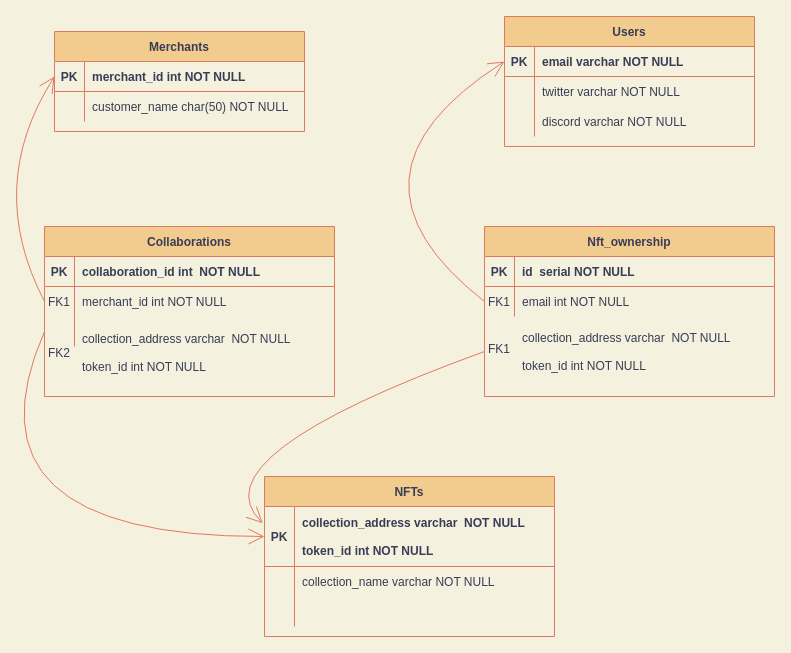
Earlier version of the draw.io diagram Untitled Diagram.drawio (NiftyRewards/nifty-rewards-backend). Source tidied: cells renumbered, new cells numbered last; positions are measured from the earlier drawing's top-left corner, leaving out a move shared by most shapes. Both pictures are drawn from the tidied source at 100%, with x=0, y=0 at pixel (-46, 16).
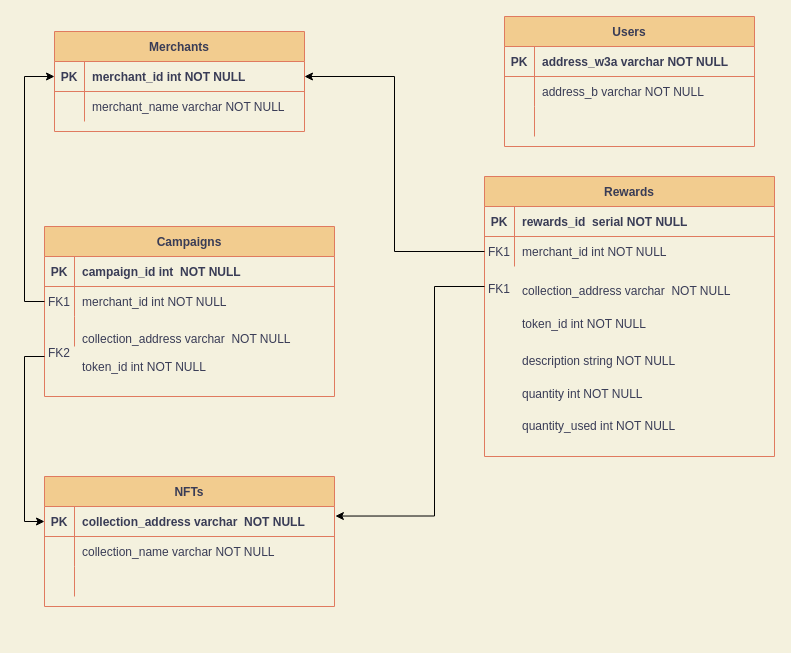
After the change.

Unchanged cells that the change refers to:
```xml
<mxCell id="3" style="shape=partialRectangle;fillColor=none;points=[[0,0.5],[1,0.5]];portConstraint=eastwest;top=0;left=0;right=0;bottom=1;rounded=0;strokeColor=#E07A5F;fontColor=#393C56;" parent="2" vertex="1">
  <mxGeometry y="30" width="250" height="30" as="geometry" />
</mxCell>
<mxCell id="6" style="shape=partialRectangle;fillColor=none;top=0;left=0;right=0;bottom=0;rounded=0;strokeColor=#E07A5F;fontColor=#393C56;" parent="2" vertex="1">
  <mxGeometry y="60" width="250" height="30" as="geometry" />
</mxCell>
<mxCell id="9" style="shape=partialRectangle;fillColor=none;top=0;left=0;right=0;bottom=0;rounded=0;strokeColor=#E07A5F;fontColor=#393C56;" parent="2" vertex="1">
  <mxGeometry y="90" width="250" height="30" as="geometry" />
</mxCell>
<mxCell id="13" style="shape=partialRectangle;fillColor=none;points=[[0,0.5],[1,0.5]];portConstraint=eastwest;top=0;left=0;right=0;bottom=1;rounded=0;strokeColor=#E07A5F;fontColor=#393C56;" parent="12" vertex="1">
  <mxGeometry y="30" width="250" height="30" as="geometry" />
</mxCell>
<mxCell id="16" style="shape=partialRectangle;fillColor=none;top=0;left=0;right=0;bottom=0;rounded=0;strokeColor=#E07A5F;fontColor=#393C56;" parent="12" vertex="1">
  <mxGeometry y="60" width="250" height="30" as="geometry" />
</mxCell>
<mxCell id="32" style="group;" parent="31" vertex="1">
  <mxGeometry width="290" height="170" as="geometry" />
</mxCell>
<mxCell id="34" style="shape=partialRectangle;fillColor=none;top=0;left=0;right=0;bottom=1;rounded=0;strokeColor=#E07A5F;fontColor=#393C56;" parent="33" vertex="1">
  <mxGeometry y="30" width="290" height="30" as="geometry" />
</mxCell>
<mxCell id="37" style="shape=partialRectangle;fillColor=none;points=[[0,0.5],[1,0.5]];portConstraint=eastwest;top=0;left=0;right=0;bottom=0;rounded=0;strokeColor=#E07A5F;fontColor=#393C56;" parent="33" vertex="1">
  <mxGeometry y="60" width="290" height="30" as="geometry" />
</mxCell>
<mxCell id="40" style="shape=partialRectangle;fillColor=none;points=[[0,0.5],[1,0.5]];portConstraint=eastwest;top=0;left=0;right=0;bottom=0;rounded=0;strokeColor=#E07A5F;fontColor=#393C56;" parent="33" vertex="1">
  <mxGeometry y="90" width="290" height="30" as="geometry" />
</mxCell>
<mxCell id="48" style="shape=partialRectangle;fillColor=none;top=0;left=0;right=0;bottom=1;rounded=0;strokeColor=#E07A5F;fontColor=#393C56;" parent="47" vertex="1">
  <mxGeometry y="30" width="290" height="30" as="geometry" />
</mxCell>
<mxCell id="51" style="shape=partialRectangle;fillColor=none;points=[[0,0.5],[1,0.5]];portConstraint=eastwest;top=0;left=0;right=0;bottom=0;rounded=0;strokeColor=#E07A5F;fontColor=#393C56;" parent="47" vertex="1">
  <mxGeometry y="60" width="290" height="30" as="geometry" />
</mxCell>
```

The edit, as a diff of the source:
```diff
@@
-    <mxCell id="5" value="email varchar NOT NULL " style="shape=partialRectangle;overflow=hidden;fillColor=none;top=0;left=0;bottom=0;right=0;align=left;spacingLeft=6;fontStyle=1;rounded=0;strokeColor=#E07A5F;fontColor=#393C56;" parent="3" vertex="1">
+    <mxCell id="5" value="address_w3a varchar NOT NULL " style="shape=partialRectangle;overflow=hidden;fillColor=none;top=0;left=0;bottom=0;right=0;align=left;spacingLeft=6;fontStyle=1;rounded=0;strokeColor=#E07A5F;fontColor=#393C56;" parent="3" vertex="1">
       <mxGeometry x="30" width="220" height="30" as="geometry" />
     </mxCell>
@@
-    <mxCell id="8" value="twitter varchar NOT NULL" style="shape=partialRectangle;overflow=hidden;fillColor=none;top=0;left=0;bottom=0;right=0;align=left;spacingLeft=6;rounded=0;strokeColor=#E07A5F;fontColor=#393C56;" parent="6" vertex="1">
+    <mxCell id="8" value="address_b varchar NOT NULL" style="shape=partialRectangle;overflow=hidden;fillColor=none;top=0;left=0;bottom=0;right=0;align=left;spacingLeft=6;rounded=0;strokeColor=#E07A5F;fontColor=#393C56;" parent="6" vertex="1">
       <mxGeometry x="30" width="220" height="30" as="geometry" />
     </mxCell>
@@
-    <mxCell id="11" value="discord varchar NOT NULL" style="shape=partialRectangle;overflow=hidden;fillColor=none;top=0;left=0;bottom=0;right=0;align=left;spacingLeft=6;rounded=0;strokeColor=#E07A5F;fontColor=#393C56;" parent="9" vertex="1">
+    <mxCell id="11" style="shape=partialRectangle;overflow=hidden;fillColor=none;top=0;left=0;bottom=0;right=0;align=left;spacingLeft=6;rounded=0;strokeColor=#E07A5F;fontColor=#393C56;" parent="9" vertex="1">
       <mxGeometry x="30" width="220" height="30" as="geometry" />
     </mxCell>
@@
-    <mxCell id="18" value="customer_name char(50) NOT NULL" style="shape=partialRectangle;overflow=hidden;fillColor=none;top=0;left=0;bottom=0;right=0;align=left;spacingLeft=6;rounded=0;strokeColor=#E07A5F;fontColor=#393C56;" parent="16" vertex="1">
+    <mxCell id="18" value="merchant_name varchar NOT NULL" style="shape=partialRectangle;overflow=hidden;fillColor=none;top=0;left=0;bottom=0;right=0;align=left;spacingLeft=6;rounded=0;strokeColor=#E07A5F;fontColor=#393C56;" parent="16" vertex="1">
       <mxGeometry x="30" width="220" height="30" as="geometry" />
     </mxCell>
     <mxCell id="19" style="group;" parent="1" vertex="1">
-      <mxGeometry x="490" y="370" width="290" height="230" as="geometry" />
+      <mxGeometry x="270" y="370" width="290" height="230" as="geometry" />
     </mxCell>
@@
     <mxCell id="21" value="NFTs" style="shape=table;startSize=30;childLayout=tableLayout;rowLines=0;fontStyle=1;align=center;rounded=0;fillColor=#F2CC8F;strokeColor=#E07A5F;fontColor=#393C56;" parent="19" vertex="1">
-      <mxGeometry x="-180" y="90" width="290" height="160" as="geometry" />
+      <mxGeometry x="-180" y="90" width="290" height="130" as="geometry" />
     </mxCell>
     <mxCell id="22" style="shape=partialRectangle;fillColor=none;points=[[0,0.5],[1,0.5]];portConstraint=eastwest;top=0;left=0;right=0;bottom=1;rounded=0;strokeColor=#E07A5F;fontColor=#393C56;" parent="21" vertex="1">
-      <mxGeometry y="30" width="290" height="60" as="geometry" />
+      <mxGeometry y="30" width="290" height="30" as="geometry" />
     </mxCell>
     <mxCell id="23" value="PK" style="shape=partialRectangle;overflow=hidden;fillColor=none;top=0;left=0;bottom=0;right=0;fontStyle=1;rounded=0;strokeColor=#E07A5F;fontColor=#393C56;" parent="22" vertex="1">
-      <mxGeometry width="30" height="60" as="geometry" />
+      <mxGeometry width="30" height="30" as="geometry" />
     </mxCell>
-    <mxCell id="24" value="collection_address varchar  NOT NULL &#10;&#10;token_id int NOT NULL" style="shape=partialRectangle;overflow=hidden;fillColor=none;top=0;left=0;bottom=0;right=0;align=left;spacingLeft=6;fontStyle=1;rounded=0;strokeColor=#E07A5F;fontColor=#393C56;" parent="22" vertex="1">
-      <mxGeometry x="30" width="260" height="60" as="geometry" />
+    <mxCell id="24" value="collection_address varchar  NOT NULL" style="shape=partialRectangle;overflow=hidden;fillColor=none;top=0;left=0;bottom=0;right=0;align=left;spacingLeft=6;fontStyle=1;rounded=0;strokeColor=#E07A5F;fontColor=#393C56;" parent="22" vertex="1">
+      <mxGeometry x="30" width="260" height="30" as="geometry" />
     </mxCell>
     <mxCell id="25" style="shape=partialRectangle;fillColor=none;top=0;left=0;right=0;bottom=0;rounded=0;strokeColor=#E07A5F;fontColor=#393C56;" parent="21" vertex="1">
-      <mxGeometry y="90" width="290" height="30" as="geometry" />
+      <mxGeometry y="60" width="290" height="30" as="geometry" />
     </mxCell>
@@
     <mxCell id="28" style="shape=partialRectangle;fillColor=none;top=0;left=0;right=0;bottom=0;rounded=0;strokeColor=#E07A5F;fontColor=#393C56;" parent="21" vertex="1">
-      <mxGeometry y="120" width="290" height="30" as="geometry" />
+      <mxGeometry y="90" width="290" height="30" as="geometry" />
     </mxCell>
@@
-    <mxCell id="33" value="Collaborations" style="shape=table;startSize=30;childLayout=tableLayout;rowLines=0;fontStyle=1;align=center;rounded=0;fillColor=#F2CC8F;strokeColor=#E07A5F;fontColor=#393C56;" parent="32" vertex="1">
+    <mxCell id="33" value="Campaigns" style="shape=table;startSize=30;childLayout=tableLayout;rowLines=0;fontStyle=1;align=center;rounded=0;fillColor=#F2CC8F;strokeColor=#E07A5F;fontColor=#393C56;" parent="32" vertex="1">
       <mxGeometry width="290" height="170" as="geometry" />
     </mxCell>
@@
-    <mxCell id="36" value="collaboration_id int  NOT NULL" style="shape=partialRectangle;overflow=hidden;fillColor=none;top=0;left=0;bottom=0;right=0;align=left;spacingLeft=6;fontStyle=1;rounded=0;strokeColor=#E07A5F;fontColor=#393C56;" parent="34" vertex="1">
+    <mxCell id="36" value="campaign_id int  NOT NULL" style="shape=partialRectangle;overflow=hidden;fillColor=none;top=0;left=0;bottom=0;right=0;align=left;spacingLeft=6;fontStyle=1;rounded=0;strokeColor=#E07A5F;fontColor=#393C56;" parent="34" vertex="1">
       <mxGeometry x="30" width="260" height="30" as="geometry" />
     </mxCell>
@@
     <mxCell id="46" style="group;" parent="1" vertex="1">
-      <mxGeometry x="530" y="210" width="290" height="170" as="geometry" />
+      <mxGeometry x="530" y="160" width="290" height="280" as="geometry" />
     </mxCell>
-    <mxCell id="47" value="Nft_ownership" style="shape=table;startSize=30;childLayout=tableLayout;rowLines=0;fontStyle=1;align=center;rounded=0;fillColor=#F2CC8F;strokeColor=#E07A5F;fontColor=#393C56;" parent="46" vertex="1">
-      <mxGeometry width="290" height="170" as="geometry" />
+    <mxCell id="47" value="Rewards" style="shape=table;startSize=30;childLayout=tableLayout;rowLines=0;fontStyle=1;align=center;rounded=0;fillColor=#F2CC8F;strokeColor=#E07A5F;fontColor=#393C56;" parent="46" vertex="1">
+      <mxGeometry width="290" height="280" as="geometry" />
     </mxCell>
@@
-    <mxCell id="50" value="id  serial NOT NULL" style="shape=partialRectangle;overflow=hidden;fillColor=none;top=0;left=0;bottom=0;right=0;align=left;spacingLeft=6;fontStyle=1;rounded=0;strokeColor=#E07A5F;fontColor=#393C56;" parent="48" vertex="1">
+    <mxCell id="50" value="rewards_id  serial NOT NULL" style="shape=partialRectangle;overflow=hidden;fillColor=none;top=0;left=0;bottom=0;right=0;align=left;spacingLeft=6;fontStyle=1;rounded=0;strokeColor=#E07A5F;fontColor=#393C56;" parent="48" vertex="1">
       <mxGeometry x="30" width="260" height="30" as="geometry" />
     </mxCell>
@@
-    <mxCell id="53" value="email int NOT NULL" style="shape=partialRectangle;overflow=hidden;fillColor=none;top=0;left=0;bottom=0;right=0;align=left;spacingLeft=6;rounded=0;strokeColor=#E07A5F;fontColor=#393C56;" parent="51" vertex="1">
+    <mxCell id="53" value="merchant_id int NOT NULL" style="shape=partialRectangle;overflow=hidden;fillColor=none;top=0;left=0;bottom=0;right=0;align=left;spacingLeft=6;rounded=0;strokeColor=#E07A5F;fontColor=#393C56;" parent="51" vertex="1">
       <mxGeometry x="30" width="260" height="30" as="geometry" />
     </mxCell>
     <mxCell id="54" style="group;" parent="46" vertex="1">
-      <mxGeometry y="110" width="290" height="45" as="geometry" />
+      <mxGeometry y="119.2" width="290" height="48.8" as="geometry" />
     </mxCell>
     <mxCell id="55" style="shape=partialRectangle;fillColor=none;points=[[0,0.5],[1,0.5]];portConstraint=eastwest;top=0;left=0;right=0;bottom=0;rounded=0;strokeColor=#E07A5F;fontColor=#393C56;" parent="54" vertex="1">
-      <mxGeometry y="-10" width="290" height="50" as="geometry" />
+      <mxGeometry y="-10.8" width="290" height="54.2" as="geometry" />
     </mxCell>
+    <mxCell id="62" value="token_id int NOT NULL" style="shape=partialRectangle;overflow=hidden;fillColor=none;top=0;left=0;bottom=0;right=0;align=left;spacingLeft=6;rounded=0;strokeColor=#E07A5F;fontColor=#393C56;" parent="54" vertex="1">
+      <mxGeometry x="30" y="11.9" width="260" height="32.5" as="geometry" />
+    </mxCell>
+    <mxCell id="57" value="collection_address varchar  NOT NULL" style="shape=partialRectangle;overflow=hidden;fillColor=none;top=0;left=0;bottom=0;right=0;align=left;spacingLeft=6;rounded=0;strokeColor=#E07A5F;fontColor=#393C56;" parent="46" vertex="1">
+      <mxGeometry x="30" y="97.5" width="260" height="32.5" as="geometry" />
+    </mxCell>
-    <mxCell id="56" value="&#10;FK1" style="shape=partialRectangle;overflow=hidden;fillColor=none;top=0;left=0;bottom=0;right=0;rounded=0;strokeColor=#E07A5F;fontColor=#393C56;" parent="55" vertex="1">
-      <mxGeometry width="30" height="30" as="geometry" />
+    <mxCell id="56" value="&#10;FK1" style="shape=partialRectangle;overflow=hidden;fillColor=none;top=0;left=0;bottom=0;right=0;rounded=0;strokeColor=#E07A5F;fontColor=#393C56;" parent="46" vertex="1">
+      <mxGeometry y="88.8" width="30" height="32.5" as="geometry" />
     </mxCell>
-    <mxCell id="57" value="collection_address varchar  NOT NULL&#10;&#10;token_id int NOT NULL" style="shape=partialRectangle;overflow=hidden;fillColor=none;top=0;left=0;bottom=0;right=0;align=left;spacingLeft=6;rounded=0;strokeColor=#E07A5F;fontColor=#393C56;" parent="55" vertex="1">
-      <mxGeometry x="30" width="260" height="50" as="geometry" />
-    </mxCell>
+    <mxCell id="63" style="shape=partialRectangle;overflow=hidden;fillColor=none;top=0;left=0;bottom=0;right=0;rounded=0;strokeColor=#E07A5F;fontColor=#393C56;" parent="46" vertex="1">
+      <mxGeometry y="135.4" width="30" height="32.5" as="geometry" />
+    </mxCell>
+    <mxCell id="64" value="description string NOT NULL" style="shape=partialRectangle;overflow=hidden;fillColor=none;top=0;left=0;bottom=0;right=0;align=left;spacingLeft=6;rounded=0;strokeColor=#E07A5F;fontColor=#393C56;" parent="46" vertex="1">
+      <mxGeometry x="30" y="167.9" width="260" height="32.5" as="geometry" />
+    </mxCell>
+    <mxCell id="65" value="quantity int NOT NULL" style="shape=partialRectangle;overflow=hidden;fillColor=none;top=0;left=0;bottom=0;right=0;align=left;spacingLeft=6;rounded=0;strokeColor=#E07A5F;fontColor=#393C56;" parent="46" vertex="1">
+      <mxGeometry x="30" y="200.4" width="260" height="32.5" as="geometry" />
+    </mxCell>
+    <mxCell id="66" value="quantity_used int NOT NULL" style="shape=partialRectangle;overflow=hidden;fillColor=none;top=0;left=0;bottom=0;right=0;align=left;spacingLeft=6;rounded=0;strokeColor=#E07A5F;fontColor=#393C56;" parent="46" vertex="1">
+      <mxGeometry x="30" y="232.9" width="260" height="32.5" as="geometry" />
+    </mxCell>
+    <mxCell id="67" style="edgeStyle=orthogonalEdgeStyle;rounded=0;jettySize=auto;html=1;entryX=1;entryY=0.5;entryDx=0;entryDy=0;" parent="1" edge="1" source="51" target="13">
+      <mxGeometry relative="1" as="geometry" />
+    </mxCell>
-    <mxCell id="58" style="edgeStyle=none;jettySize=auto;html=1;rounded=1;sketch=0;fontColor=#393C56;endArrow=open;startSize=14;endSize=14;sourcePerimeterSpacing=8;targetPerimeterSpacing=8;strokeColor=#E07A5F;fillColor=#F2CC8F;curved=1;exitX=0;exitY=0.5;exitDx=0;exitDy=0;entryX=0;entryY=0.5;entryDx=0;entryDy=0;" parent="1" edge="1" source="37" target="13">
-      <mxGeometry relative="1" as="geometry">
-        <Array as="points">
-          <mxPoint x="30" y="170" />
-        </Array>
-      </mxGeometry>
+    <mxCell id="58" style="edgeStyle=orthogonalEdgeStyle;rounded=0;jettySize=auto;html=1;exitX=0;exitY=0.5;exitDx=0;exitDy=0;entryX=0;entryY=0.5;entryDx=0;entryDy=0;" parent="1" edge="1" source="37" target="13">
+      <mxGeometry relative="1" as="geometry" />
     </mxCell>
-    <mxCell id="59" style="edgeStyle=none;jettySize=auto;html=1;rounded=1;sketch=0;fontColor=#393C56;endArrow=open;startSize=14;endSize=14;sourcePerimeterSpacing=8;targetPerimeterSpacing=8;strokeColor=#E07A5F;fillColor=#F2CC8F;curved=1;entryX=0;entryY=0.5;entryDx=0;entryDy=0;exitX=0;exitY=0.5;exitDx=0;exitDy=0;" parent="1" edge="1" source="40" target="22">
-      <mxGeometry relative="1" as="geometry">
-        <Array as="points">
-          <mxPoint y="520" />
-        </Array>
-      </mxGeometry>
-    </mxCell>
-    <mxCell id="60" style="edgeStyle=none;jettySize=auto;html=1;rounded=1;sketch=0;fontColor=#393C56;endArrow=open;startSize=14;endSize=14;sourcePerimeterSpacing=8;targetPerimeterSpacing=8;strokeColor=#E07A5F;fillColor=#F2CC8F;curved=1;exitX=0;exitY=0.5;exitDx=0;exitDy=0;entryX=-0.006;entryY=0.278;entryDx=0;entryDy=0;entryPerimeter=0;" parent="1" edge="1" source="55" target="22">
-      <mxGeometry relative="1" as="geometry">
-        <Array as="points">
-          <mxPoint x="240" y="440" />
-        </Array>
-      </mxGeometry>
-    </mxCell>
-    <mxCell id="61" style="edgeStyle=none;jettySize=auto;html=1;rounded=1;sketch=0;fontColor=#393C56;endArrow=open;startSize=14;endSize=14;sourcePerimeterSpacing=8;targetPerimeterSpacing=8;strokeColor=#E07A5F;fillColor=#F2CC8F;curved=1;exitX=0;exitY=0.5;exitDx=0;exitDy=0;entryX=0;entryY=0.5;entryDx=0;entryDy=0;" parent="1" edge="1" source="51" target="3">
-      <mxGeometry relative="1" as="geometry">
-        <Array as="points">
-          <mxPoint x="370" y="160" />
-        </Array>
-      </mxGeometry>
-    </mxCell>
+    <mxCell id="68" style="edgeStyle=orthogonalEdgeStyle;rounded=0;jettySize=auto;html=1;entryX=0;entryY=0.5;entryDx=0;entryDy=0;" parent="1" edge="1" target="22">
+      <mxGeometry relative="1" as="geometry">
+        <mxPoint x="90" y="340" as="sourcePoint" />
+        <Array as="points">
+          <mxPoint x="90" y="340" />
+          <mxPoint x="70" y="340" />
+          <mxPoint x="70" y="505" />
+        </Array>
+      </mxGeometry>
+    </mxCell>
+    <mxCell id="69" style="edgeStyle=orthogonalEdgeStyle;rounded=0;jettySize=auto;html=1;entryX=1.003;entryY=0.318;entryDx=0;entryDy=0;entryPerimeter=0;" parent="1" edge="1" target="22">
+      <mxGeometry relative="1" as="geometry">
+        <mxPoint x="530" y="270" as="sourcePoint" />
+        <Array as="points">
+          <mxPoint x="530" y="270" />
+          <mxPoint x="480" y="270" />
+          <mxPoint x="480" y="500" />
+          <mxPoint x="430" y="500" />
+        </Array>
+      </mxGeometry>
+    </mxCell>
```
